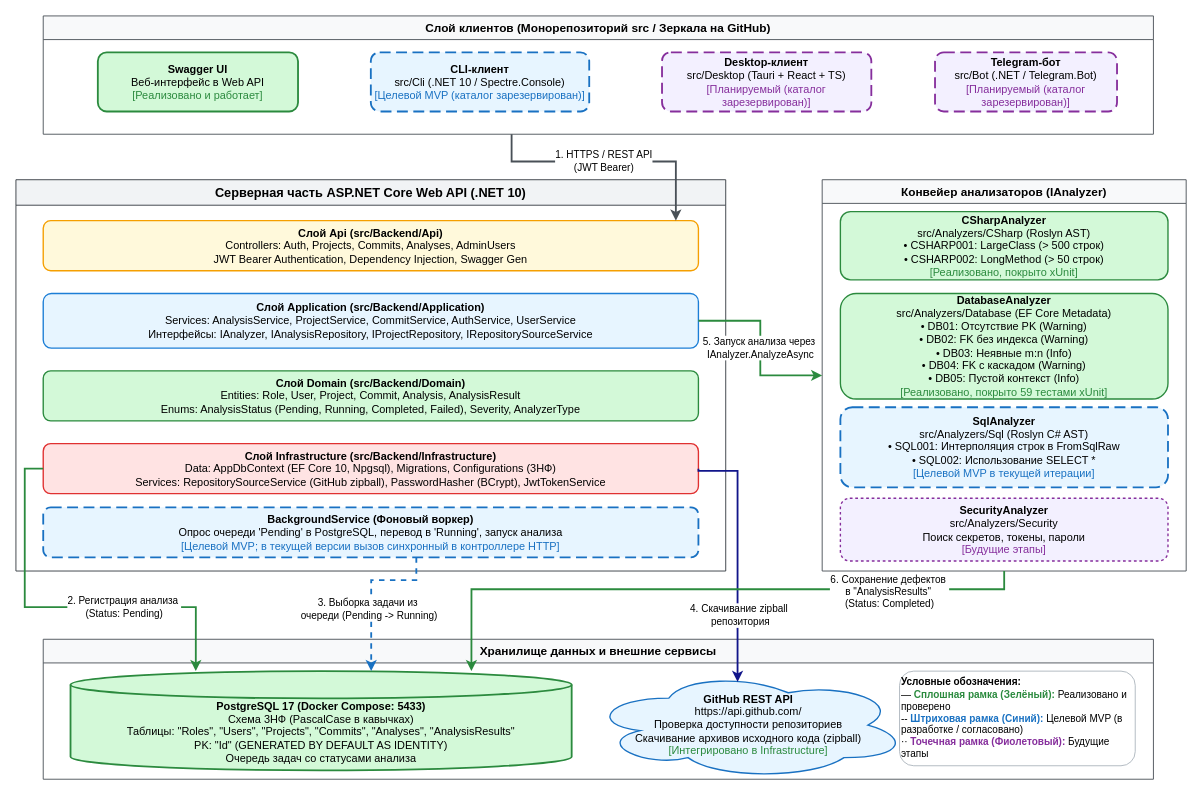
Vol4ok-69/CourseProject keeps this draw.io diagram as docs/Архитектура проекта.drawio. Above is the earlier version. Source tidied: cells renumbered, new cells numbered last; positions are measured from the earlier drawing's top-left corner, leaving out a move shared by most shapes. Both pictures are drawn from the tidied source at 91%, with x=0, y=0 at pixel (15, 15).
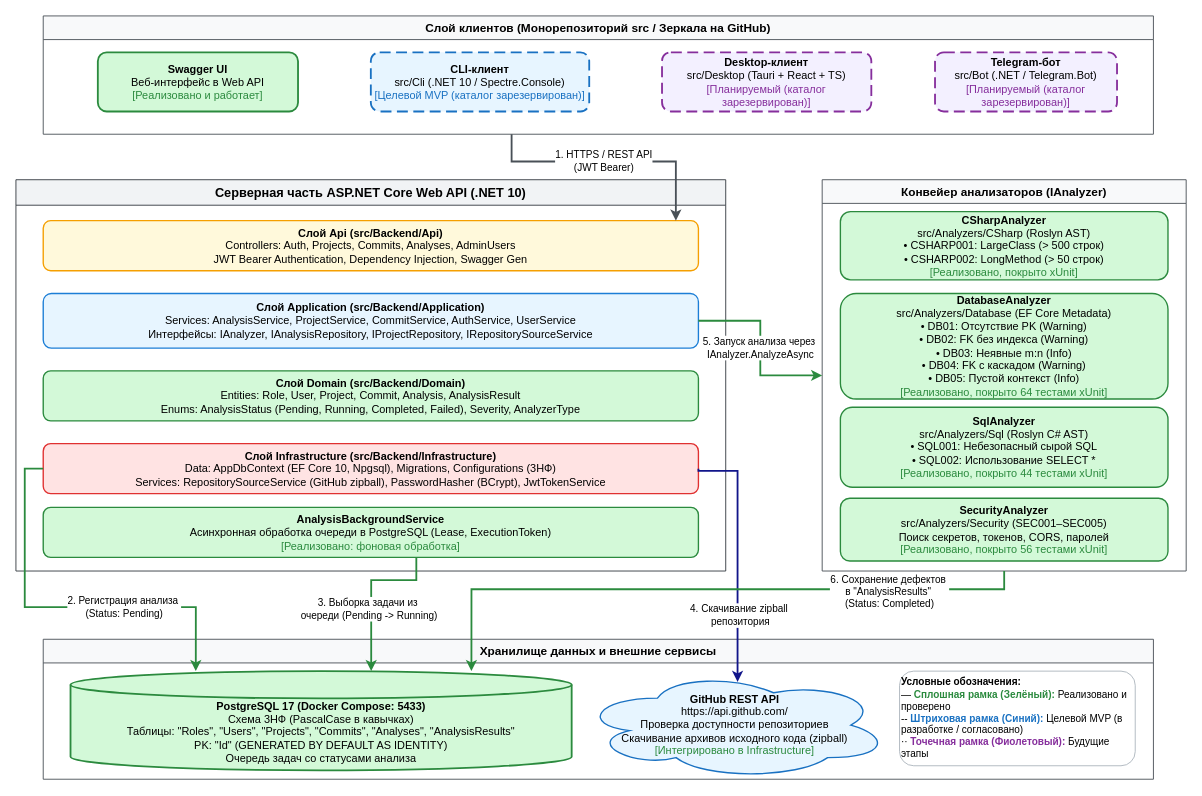
After the change.

Unchanged cells that the change refers to:
```xml
<mxCell id="7" value="Серверная часть ASP.NET Core Web API (.NET 10)" style="swimlane;whiteSpace=wrap;html=1;fillColor=#f1f3f5;strokeColor=#343a40;fontStyle=1;fontSize=14;startSize=28;" parent="1" vertex="1">
  <mxGeometry y="180" width="780" height="430" as="geometry" />
</mxCell>
<mxCell id="13" value="Конвейер анализаторов (IAnalyzer)" style="swimlane;whiteSpace=wrap;html=1;fillColor=#f8f9fa;strokeColor=#495057;fontStyle=1;fontSize=13;startSize=26;" parent="1" vertex="1">
  <mxGeometry x="886" y="180" width="400" height="430" as="geometry" />
</mxCell>
<mxCell id="18" value="Хранилище данных и внешние сервисы" style="swimlane;whiteSpace=wrap;html=1;fillColor=#f8f9fa;strokeColor=#495057;fontStyle=1;fontSize=13;startSize=26;" parent="1" vertex="1">
  <mxGeometry x="30" y="685" width="1220" height="153.8" as="geometry" />
</mxCell>
<mxCell id="19" value="&lt;b&gt;PostgreSQL 17 (Docker Compose: 5433)&lt;/b&gt;&lt;br&gt;Схема 3НФ (PascalCase в кавычках)&lt;br&gt;Таблицы: &amp;quot;Roles&amp;quot;, &amp;quot;Users&amp;quot;, &amp;quot;Projects&amp;quot;, &amp;quot;Commits&amp;quot;, &amp;quot;Analyses&amp;quot;, &amp;quot;AnalysisResults&amp;quot;&lt;br&gt;PK: &amp;quot;Id&amp;quot; (GENERATED BY DEFAULT AS IDENTITY)&lt;br&gt;Очередь задач со статусами анализа" style="shape=cylinder3;whiteSpace=wrap;html=1;boundedLbl=1;backgroundOutline=1;size=15;fillColor=#d3f9d8;strokeColor=#2b8a3e;strokeWidth=2;" parent="18" vertex="1">
  <mxGeometry x="30" y="35" width="550.7" height="109" as="geometry" />
</mxCell>
```

Change to the diagram source:
```diff
@@
-    <mxCell id="12" value="&lt;b&gt;BackgroundService (Фоновый воркер)&lt;/b&gt;&lt;br&gt;Опрос очереди &amp;#39;Pending&amp;#39; в PostgreSQL, перевод в &amp;#39;Running&amp;#39;, запуск анализа&lt;br&gt;&lt;font color=&quot;#1971c2&quot;&gt;[Целевой MVP; в текущей версии вызов синхронный в контроллере HTTP]&lt;/font&gt;" style="rounded=1;whiteSpace=wrap;html=1;dashed=1;dashPattern=6 3;fillColor=#e7f5ff;strokeColor=#1971c2;strokeWidth=2;" parent="7" vertex="1">
+    <mxCell id="12" value="&lt;b&gt;AnalysisBackgroundService&lt;/b&gt;&lt;br&gt;Асинхронная обработка очереди в PostgreSQL (Lease, ExecutionToken)&lt;br&gt;&lt;font color=&quot;#2b8a3e&quot;&gt;[Реализовано: фоновая обработка]&lt;/font&gt;" style="rounded=1;whiteSpace=wrap;html=1;fillColor=#d3f9d8;strokeColor=#2b8a3e;strokeWidth=1.5;" parent="7" vertex="1">
       <mxGeometry x="30" y="360" width="720" height="55" as="geometry" />
     </mxCell>
@@
-    <mxCell id="15" value="&lt;b&gt;DatabaseAnalyzer&lt;/b&gt;&lt;br&gt;src/Analyzers/Database (EF Core Metadata)&lt;br&gt;• DB01: Отсутствие PK (Warning)&lt;br&gt;• DB02: FK без индекса (Warning)&lt;br&gt;• DB03: Неявные m:n (Info)&lt;br&gt;• DB04: FK с каскадом (Warning)&lt;br&gt;• DB05: Пустой контекст (Info)&lt;br&gt;&lt;font color=&quot;#2b8a3e&quot;&gt;[Реализовано, покрыто 59 тестами xUnit]&lt;/font&gt;" style="rounded=1;whiteSpace=wrap;html=1;fillColor=#d3f9d8;strokeColor=#2b8a3e;strokeWidth=1.5;" parent="13" vertex="1">
+    <mxCell id="15" value="&lt;b&gt;DatabaseAnalyzer&lt;/b&gt;&lt;br&gt;src/Analyzers/Database (EF Core Metadata)&lt;br&gt;• DB01: Отсутствие PK (Warning)&lt;br&gt;• DB02: FK без индекса (Warning)&lt;br&gt;• DB03: Неявные m:n (Info)&lt;br&gt;• DB04: FK с каскадом (Warning)&lt;br&gt;• DB05: Пустой контекст (Info)&lt;br&gt;&lt;font color=&quot;#2b8a3e&quot;&gt;[Реализовано, покрыто 64 тестами xUnit]&lt;/font&gt;" style="rounded=1;whiteSpace=wrap;html=1;fillColor=#d3f9d8;strokeColor=#2b8a3e;strokeWidth=1.5;" parent="13" vertex="1">
       <mxGeometry x="20" y="125" width="360" height="116" as="geometry" />
     </mxCell>
-    <mxCell id="16" value="&lt;b&gt;SqlAnalyzer&lt;/b&gt;&lt;br&gt;src/Analyzers/Sql (Roslyn C# AST)&lt;br&gt;• SQL001: Интерполяция строк в FromSqlRaw&lt;br&gt;• SQL002: Использование SELECT *&lt;br&gt;&lt;font color=&quot;#1971c2&quot;&gt;[Целевой MVP в текущей итерации]&lt;/font&gt;" style="rounded=1;whiteSpace=wrap;html=1;dashed=1;dashPattern=6 3;fillColor=#e7f5ff;strokeColor=#1971c2;strokeWidth=2;" parent="13" vertex="1">
+    <mxCell id="16" value="&lt;b&gt;SqlAnalyzer&lt;/b&gt;&lt;br&gt;src/Analyzers/Sql (Roslyn C# AST)&lt;br&gt;• SQL001: Небезопасный сырой SQL&lt;br&gt;• SQL002: Использование SELECT *&lt;br&gt;&lt;font color=&quot;#2b8a3e&quot;&gt;[Реализовано, покрыто 44 тестами xUnit]&lt;/font&gt;" style="rounded=1;whiteSpace=wrap;html=1;fillColor=#d3f9d8;strokeColor=#2b8a3e;strokeWidth=1.5;" parent="13" vertex="1">
       <mxGeometry x="20" y="250" width="360" height="88" as="geometry" />
     </mxCell>
-    <mxCell id="17" value="&lt;b&gt;SecurityAnalyzer&lt;/b&gt;&lt;br&gt;src/Analyzers/Security&lt;br&gt;Поиск секретов, токены, пароли&lt;br&gt;&lt;font color=&quot;#862e9c&quot;&gt;[Будущие этапы]&lt;/font&gt;" style="rounded=1;whiteSpace=wrap;html=1;dashed=1;dashPattern=2 2;fillColor=#f3f0ff;strokeColor=#862e9c;strokeWidth=1.5;" parent="13" vertex="1">
+    <mxCell id="17" value="&lt;b&gt;SecurityAnalyzer&lt;/b&gt;&lt;br&gt;src/Analyzers/Security (SEC001–SEC005)&lt;br&gt;Поиск секретов, токенов, CORS, паролей&lt;br&gt;&lt;font color=&quot;#2b8a3e&quot;&gt;[Реализовано, покрыто 56 тестами xUnit]&lt;/font&gt;" style="rounded=1;whiteSpace=wrap;html=1;fillColor=#d3f9d8;strokeColor=#2b8a3e;strokeWidth=1.5;" parent="13" vertex="1">
       <mxGeometry x="20" y="350" width="360" height="69" as="geometry" />
     </mxCell>
@@
     <mxCell id="20" value="&lt;b&gt;GitHub REST API&lt;/b&gt;&lt;br&gt;https://api.github.com/&lt;br&gt;Проверка доступности репозиториев&lt;br&gt;Скачивание архивов исходного кода (zipball)&lt;br&gt;&lt;font color=&quot;#2b8a3e&quot;&gt;[Интегрировано в Infrastructure]&lt;/font&gt;" style="ellipse;shape=cloud;whiteSpace=wrap;html=1;fillColor=#e7f5ff;strokeColor=#1971c2;strokeWidth=1.5;" parent="18" vertex="1">
-      <mxGeometry x="600" y="35" width="350" height="118.8" as="geometry" />
+      <mxGeometry x="590" y="35" width="340" height="118.8" as="geometry" />
     </mxCell>
@@
-    <mxCell id="24" value="3. Выборка задачи из&amp;nbsp;&lt;div&gt;очереди (Pending -&amp;gt; Running)&lt;/div&gt;" style="edgeStyle=orthogonalEdgeStyle;rounded=0;jettySize=auto;html=1;entryX=0.6;entryY=0;entryDx=0;entryDy=0;entryPerimeter=0;dashed=1;strokeWidth=2;strokeColor=#1971c2;" parent="1" edge="1" source="12" target="19">
+    <mxCell id="24" value="3. Выборка задачи из&amp;nbsp;&lt;div&gt;очереди (Pending -&amp;gt; Running)&lt;/div&gt;" style="edgeStyle=orthogonalEdgeStyle;rounded=0;jettySize=auto;html=1;entryX=0.6;entryY=0;entryDx=0;entryDy=0;entryPerimeter=0;strokeWidth=2;strokeColor=#2b8a3e;" parent="1" edge="1" source="12" target="19">
       <mxGeometry x="0.23" y="-2" relative="1" as="geometry">
         <Array as="points">
           <mxPoint x="440" y="620" />
           <mxPoint x="390.4" y="620" />
         </Array>
       </mxGeometry>
     </mxCell>
```
